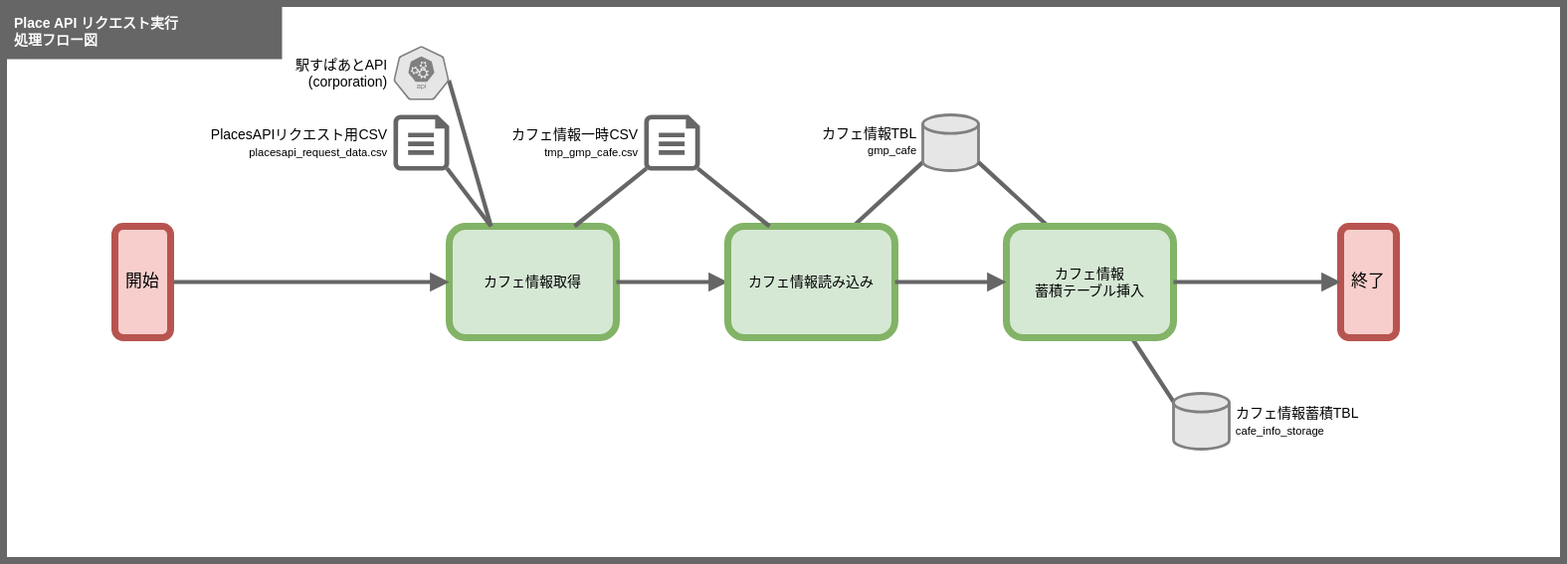
Before: doc/201_設計/01510202_PlacesAPIリクエスト実行_処理フロー図.drawio.svg, a diagram exported from draw.io (take4bcreators/cafe-train-prj). Source tidied: cells renumbered, new cells last; positions are measured from the earlier drawing's top-left corner, leaving out a move shared by most shapes.
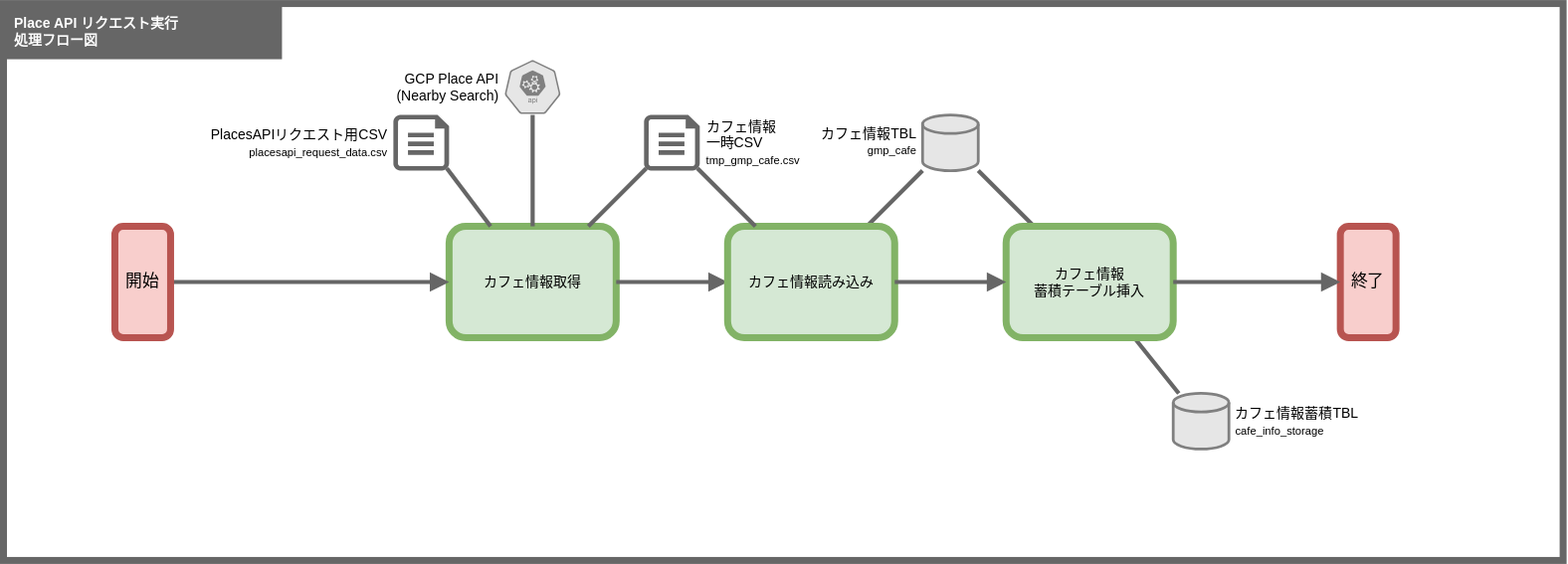
After the change.

The edit, as a diff of the source:
```diff
@@ -9,52 +9,52 @@
     <mxCell id="4" value="カフェ情報取得" style="rounded=1;whiteSpace=wrap;html=1;fillColor=#d5e8d4;strokeColor=#82b366;strokeWidth=5;fontSize=10;" parent="3" vertex="1">
       <mxGeometry x="320" y="160" width="120" height="80" as="geometry" />
     </mxCell>
-    <mxCell id="5" style="edgeStyle=none;html=1;exitX=1;exitY=0.5;exitDx=0;exitDy=0;endArrow=block;endFill=1;strokeColor=#666666;strokeWidth=3;" parent="3" edge="1" source="6" target="4">
+    <mxCell id="5" style="edgeStyle=none;html=1;endArrow=block;endFill=1;strokeColor=#666666;strokeWidth=3;" parent="3" edge="1" source="6" target="4">
       <mxGeometry relative="1" as="geometry" />
     </mxCell>
     <mxCell id="6" value="開始" style="rounded=1;whiteSpace=wrap;html=1;fillColor=#f8cecc;strokeColor=#b85450;strokeWidth=5;" parent="3" vertex="1">
       <mxGeometry x="80" y="160" width="40" height="80" as="geometry" />
     </mxCell>
-    <mxCell id="7" style="edgeStyle=none;shape=connector;rounded=1;html=1;exitX=0.96;exitY=0.96;exitDx=0;exitDy=0;exitPerimeter=0;entryX=0.25;entryY=0;entryDx=0;entryDy=0;labelBackgroundColor=default;fontFamily=Helvetica;fontSize=11;fontColor=default;endArrow=none;endFill=0;strokeColor=#666666;strokeWidth=3;" parent="3" edge="1" source="8" target="4">
+    <mxCell id="7" style="edgeStyle=none;shape=connector;rounded=1;html=1;exitX=0.96;exitY=0.96;exitDx=0;exitDy=0;exitPerimeter=0;labelBackgroundColor=default;fontFamily=Helvetica;fontSize=11;fontColor=default;endArrow=none;endFill=0;strokeColor=#666666;strokeWidth=3;" parent="3" edge="1" source="8" target="4">
       <mxGeometry relative="1" as="geometry" />
     </mxCell>
     <mxCell id="8" value="&lt;div style=&quot;text-align: left&quot;&gt;PlacesAPIリクエスト用CSV&lt;/div&gt;&lt;font style=&quot;text-align: left ; font-size: 8px&quot;&gt;placesapi_request_data.csv&lt;/font&gt;" style="verticalLabelPosition=middle;html=1;verticalAlign=middle;align=right;strokeColor=none;fillColor=#666666;shape=mxgraph.azure.cloud_services_configuration_file;labelPosition=left;spacingLeft=3;fontSize=10;spacingRight=3;" parent="3" vertex="1">
       <mxGeometry x="280" y="80" width="40" height="40" as="geometry" />
     </mxCell>
-    <mxCell id="9" style="edgeStyle=none;shape=connector;rounded=1;html=1;entryX=0.04;entryY=0.96;entryDx=0;entryDy=0;entryPerimeter=0;labelBackgroundColor=default;fontFamily=Helvetica;fontSize=10;fontColor=default;endArrow=none;endFill=0;strokeColor=#666666;strokeWidth=3;exitX=0.75;exitY=0;exitDx=0;exitDy=0;" parent="3" edge="1" source="4" target="14">
+    <mxCell id="9" style="edgeStyle=none;shape=connector;rounded=1;html=1;entryX=0.04;entryY=0.96;entryDx=0;entryDy=0;entryPerimeter=0;labelBackgroundColor=default;fontFamily=Helvetica;fontSize=10;fontColor=default;endArrow=none;endFill=0;strokeColor=#666666;strokeWidth=3;" parent="3" edge="1" source="4" target="14">
       <mxGeometry relative="1" as="geometry" />
     </mxCell>
-    <mxCell id="10" style="edgeStyle=none;shape=connector;rounded=1;html=1;entryX=0;entryY=0.5;entryDx=0;entryDy=0;labelBackgroundColor=default;fontFamily=Helvetica;fontSize=10;fontColor=default;endArrow=block;endFill=1;strokeColor=#666666;strokeWidth=3;exitX=1;exitY=0.5;exitDx=0;exitDy=0;" parent="3" edge="1" source="4" target="12">
+    <mxCell id="10" style="edgeStyle=none;shape=connector;rounded=1;html=1;labelBackgroundColor=default;fontFamily=Helvetica;fontSize=10;fontColor=default;endArrow=block;endFill=1;strokeColor=#666666;strokeWidth=3;" parent="3" edge="1" source="4" target="12">
       <mxGeometry relative="1" as="geometry" />
     </mxCell>
-    <mxCell id="11" style="edgeStyle=none;shape=connector;rounded=1;html=1;exitX=0.75;exitY=0;exitDx=0;exitDy=0;entryX=0;entryY=0.85;entryDx=0;entryDy=0;entryPerimeter=0;labelBackgroundColor=default;fontFamily=Helvetica;fontSize=11;fontColor=default;endArrow=none;endFill=0;strokeColor=#666666;strokeWidth=3;" parent="3" edge="1" source="12" target="18">
+    <mxCell id="11" style="edgeStyle=none;shape=connector;rounded=1;html=1;labelBackgroundColor=default;fontFamily=Helvetica;fontSize=11;fontColor=default;endArrow=none;endFill=0;strokeColor=#666666;strokeWidth=3;" parent="3" edge="1" source="12" target="18">
       <mxGeometry relative="1" as="geometry" />
     </mxCell>
     <mxCell id="12" value="カフェ情報読み込み" style="rounded=1;whiteSpace=wrap;html=1;fillColor=#d5e8d4;strokeColor=#82b366;strokeWidth=5;fontSize=10;" parent="3" vertex="1">
       <mxGeometry x="520" y="160" width="120" height="80" as="geometry" />
     </mxCell>
-    <mxCell id="13" style="edgeStyle=none;shape=connector;rounded=1;html=1;exitX=0.96;exitY=0.96;exitDx=0;exitDy=0;exitPerimeter=0;entryX=0.25;entryY=0;entryDx=0;entryDy=0;labelBackgroundColor=default;fontFamily=Helvetica;fontSize=11;fontColor=default;endArrow=none;endFill=0;strokeColor=#666666;strokeWidth=3;" parent="3" edge="1" source="14" target="12">
+    <mxCell id="13" style="edgeStyle=none;shape=connector;rounded=1;html=1;exitX=0.96;exitY=0.96;exitDx=0;exitDy=0;exitPerimeter=0;labelBackgroundColor=default;fontFamily=Helvetica;fontSize=11;fontColor=default;endArrow=none;endFill=0;strokeColor=#666666;strokeWidth=3;" parent="3" edge="1" source="14" target="12">
       <mxGeometry relative="1" as="geometry" />
     </mxCell>
-    <mxCell id="14" value="&lt;div style=&quot;text-align: left&quot;&gt;&lt;span&gt;カフェ情報一時CSV&lt;/span&gt;&lt;/div&gt;&lt;font style=&quot;text-align: left ; font-size: 8px&quot;&gt;tmp_gmp_cafe.csv&lt;/font&gt;" style="verticalLabelPosition=middle;html=1;verticalAlign=middle;align=right;strokeColor=none;fillColor=#666666;shape=mxgraph.azure.cloud_services_configuration_file;labelPosition=left;spacingLeft=3;fontSize=10;spacingRight=3;" parent="3" vertex="1">
+    <mxCell id="14" value="&lt;div style=&quot;&quot;&gt;&lt;span&gt;カフェ情報&lt;/span&gt;&lt;/div&gt;&lt;div style=&quot;&quot;&gt;&lt;span&gt;一時CSV&lt;/span&gt;&lt;/div&gt;&lt;font style=&quot;font-size: 8px;&quot;&gt;tmp_gmp_cafe.csv&lt;/font&gt;" style="verticalLabelPosition=middle;html=1;verticalAlign=middle;align=left;strokeColor=none;fillColor=#666666;shape=mxgraph.azure.cloud_services_configuration_file;labelPosition=right;spacingLeft=3;fontSize=10;spacingRight=3;" parent="3" vertex="1">
       <mxGeometry x="460" y="80" width="40" height="40" as="geometry" />
     </mxCell>
     <mxCell id="15" value="Place API リクエスト実行&lt;br&gt;処理フロー図" style="rounded=0;whiteSpace=wrap;html=1;fillColor=#666666;strokeColor=none;strokeWidth=5;fontSize=10;fontColor=#FFFFFF;align=left;spacingLeft=6;spacingRight=6;fontStyle=1;" parent="3" vertex="1">
       <mxGeometry width="200" height="40" as="geometry" />
     </mxCell>
-    <mxCell id="16" style="edgeStyle=none;shape=connector;rounded=1;html=1;exitX=0.995;exitY=0.63;exitDx=0;exitDy=0;exitPerimeter=0;entryX=0.25;entryY=0;entryDx=0;entryDy=0;labelBackgroundColor=default;fontFamily=Helvetica;fontSize=11;fontColor=default;endArrow=none;endFill=0;strokeColor=#666666;strokeWidth=3;" parent="3" edge="1" source="17" target="4">
+    <mxCell id="16" style="edgeStyle=none;shape=connector;rounded=1;html=1;exitX=0.5;exitY=1;exitDx=0;exitDy=0;exitPerimeter=0;labelBackgroundColor=default;fontFamily=Helvetica;fontSize=11;fontColor=default;endArrow=none;endFill=0;strokeColor=#666666;strokeWidth=3;" parent="3" edge="1" source="17" target="4">
       <mxGeometry relative="1" as="geometry" />
     </mxCell>
-    <mxCell id="17" value="&lt;font style=&quot;font-size: 10px&quot;&gt;駅すぱあとAPI&lt;br&gt;(corporation)&lt;br&gt;&lt;/font&gt;" style="sketch=0;html=1;dashed=0;whitespace=wrap;fillColor=#E6E6E6;strokeColor=#808080;points=[[0.005,0.63,0],[0.1,0.2,0],[0.9,0.2,0],[0.5,0,0],[0.995,0.63,0],[0.72,0.99,0],[0.5,1,0],[0.28,0.99,0]];shape=mxgraph.kubernetes.icon;prIcon=api;fontFamily=Helvetica;fontSize=8;fontColor=default;spacingLeft=3;labelPosition=left;verticalLabelPosition=middle;align=right;verticalAlign=middle;spacingRight=3;strokeWidth=3;" parent="3" vertex="1">
-      <mxGeometry x="280" y="30" width="40" height="40" as="geometry" />
+    <mxCell id="17" value="&lt;font style=&quot;font-size: 10px&quot;&gt;GCP Place API&lt;br&gt;(Nearby Search)&lt;br&gt;&lt;/font&gt;" style="sketch=0;html=1;dashed=0;whitespace=wrap;fillColor=#E6E6E6;strokeColor=#808080;points=[[0.005,0.63,0],[0.1,0.2,0],[0.9,0.2,0],[0.5,0,0],[0.995,0.63,0],[0.72,0.99,0],[0.5,1,0],[0.28,0.99,0]];shape=mxgraph.kubernetes.icon;prIcon=api;fontFamily=Helvetica;fontSize=8;fontColor=default;spacingLeft=3;labelPosition=left;verticalLabelPosition=middle;align=right;verticalAlign=middle;spacingRight=3;strokeWidth=3;" parent="3" vertex="1">
+      <mxGeometry x="360" y="40" width="40" height="40" as="geometry" />
     </mxCell>
     <mxCell id="18" value="&lt;span style=&quot;text-align: left&quot;&gt;カフェ情報TBL&lt;/span&gt;&lt;br style=&quot;text-align: left&quot;&gt;&lt;font style=&quot;text-align: left ; font-size: 8px&quot;&gt;gmp_cafe&lt;/font&gt;" style="strokeWidth=2;html=1;shape=mxgraph.flowchart.database;fontFamily=Helvetica;fontSize=10;fontColor=default;fillColor=#E6E6E6;labelPosition=left;verticalLabelPosition=middle;align=right;verticalAlign=middle;spacingRight=3;perimeterSpacing=0;spacingLeft=3;strokeColor=#808080;spacingTop=0;spacingBottom=3;" parent="3" vertex="1">
       <mxGeometry x="660" y="80" width="40" height="40" as="geometry" />
     </mxCell>
-    <mxCell id="19" style="edgeStyle=none;shape=connector;rounded=1;html=1;exitX=1;exitY=0.85;exitDx=0;exitDy=0;exitPerimeter=0;entryX=0.25;entryY=0;entryDx=0;entryDy=0;labelBackgroundColor=default;fontFamily=Helvetica;fontSize=10;fontColor=default;endArrow=none;endFill=0;strokeColor=#666666;strokeWidth=3;" parent="3" edge="1" source="18" target="21">
+    <mxCell id="19" style="edgeStyle=none;shape=connector;rounded=1;html=1;labelBackgroundColor=default;fontFamily=Helvetica;fontSize=10;fontColor=default;endArrow=none;endFill=0;strokeColor=#666666;strokeWidth=3;" parent="3" edge="1" source="18" target="21">
       <mxGeometry relative="1" as="geometry" />
     </mxCell>
-    <mxCell id="20" style="edgeStyle=none;shape=connector;rounded=1;html=1;exitX=0.75;exitY=1;exitDx=0;exitDy=0;entryX=0;entryY=0.15;entryDx=0;entryDy=0;entryPerimeter=0;labelBackgroundColor=default;fontFamily=Helvetica;fontSize=11;fontColor=default;endArrow=none;endFill=0;strokeColor=#666666;strokeWidth=3;" parent="3" edge="1" source="21" target="22">
+    <mxCell id="20" style="edgeStyle=none;shape=connector;rounded=1;html=1;labelBackgroundColor=default;fontFamily=Helvetica;fontSize=11;fontColor=default;endArrow=none;endFill=0;strokeColor=#666666;strokeWidth=3;" parent="3" edge="1" source="21" target="22">
       <mxGeometry relative="1" as="geometry" />
     </mxCell>
     <mxCell id="21" value="カフェ情報&lt;br&gt;蓄積テーブル挿入" style="rounded=1;whiteSpace=wrap;html=1;fillColor=#d5e8d4;strokeColor=#82b366;strokeWidth=5;fontSize=10;" parent="3" vertex="1">
@@ -63,13 +63,13 @@
     <mxCell id="22" value="カフェ情報蓄積TBL&lt;br style=&quot;font-size: 10px&quot;&gt;&lt;font style=&quot;font-size: 8px&quot;&gt;cafe_info_storage&lt;/font&gt;" style="strokeWidth=2;html=1;shape=mxgraph.flowchart.database;fontFamily=Helvetica;fontSize=10;fontColor=default;fillColor=#E6E6E6;labelPosition=right;verticalLabelPosition=middle;align=left;verticalAlign=middle;spacingRight=3;perimeterSpacing=0;spacingLeft=3;strokeColor=#808080;" parent="3" vertex="1">
       <mxGeometry x="840" y="280" width="40" height="40" as="geometry" />
     </mxCell>
-    <mxCell id="23" style="edgeStyle=none;shape=connector;rounded=1;html=1;entryX=0;entryY=0.5;entryDx=0;entryDy=0;labelBackgroundColor=default;fontFamily=Helvetica;fontSize=10;fontColor=default;endArrow=block;endFill=1;strokeColor=#666666;strokeWidth=3;exitX=1;exitY=0.5;exitDx=0;exitDy=0;" parent="3" edge="1" source="12" target="21">
+    <mxCell id="23" style="edgeStyle=none;shape=connector;rounded=1;html=1;labelBackgroundColor=default;fontFamily=Helvetica;fontSize=10;fontColor=default;endArrow=block;endFill=1;strokeColor=#666666;strokeWidth=3;" parent="3" edge="1" source="12" target="21">
       <mxGeometry relative="1" as="geometry" />
     </mxCell>
     <mxCell id="24" value="終了" style="rounded=1;whiteSpace=wrap;html=1;fillColor=#f8cecc;strokeColor=#b85450;strokeWidth=5;" parent="3" vertex="1">
       <mxGeometry x="960" y="160" width="40" height="80" as="geometry" />
     </mxCell>
-    <mxCell id="25" style="edgeStyle=none;shape=connector;rounded=1;html=1;entryX=0;entryY=0.5;entryDx=0;entryDy=0;labelBackgroundColor=default;fontFamily=Helvetica;fontSize=10;fontColor=default;endArrow=block;endFill=1;strokeColor=#666666;strokeWidth=3;exitX=1;exitY=0.5;exitDx=0;exitDy=0;" parent="3" edge="1" source="21" target="24">
+    <mxCell id="25" style="edgeStyle=none;shape=connector;rounded=1;html=1;labelBackgroundColor=default;fontFamily=Helvetica;fontSize=10;fontColor=default;endArrow=block;endFill=1;strokeColor=#666666;strokeWidth=3;" parent="3" edge="1" source="21" target="24">
       <mxGeometry relative="1" as="geometry" />
     </mxCell>
   </root>
```
